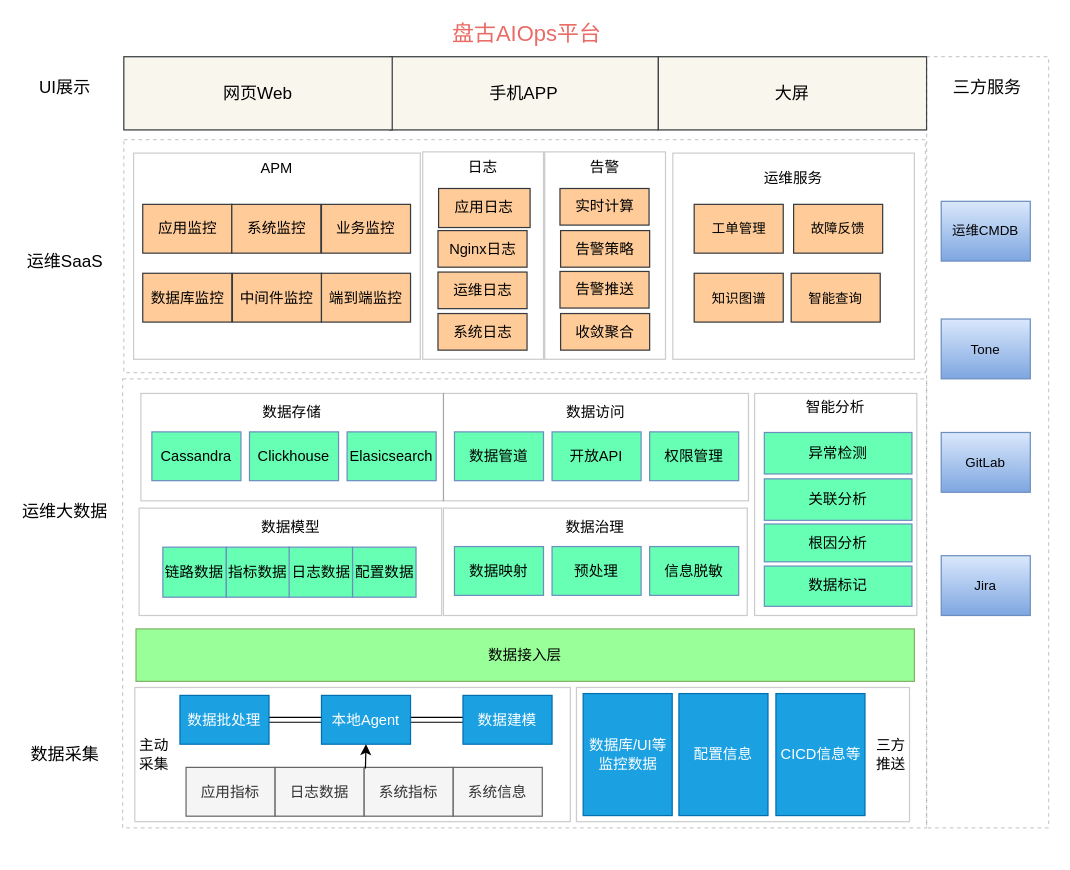
This is 传化盖亚架构图.drawio from sunface/draw.io, a draw.io file, before an edit. Source tidied: cells renumbered, new cells numbered last; positions are measured from the earlier drawing's top-left corner, leaving out a move shared by most shapes. Both pictures are drawn from the tidied source at 122%, with x=0, y=0 at pixel (21, 22).
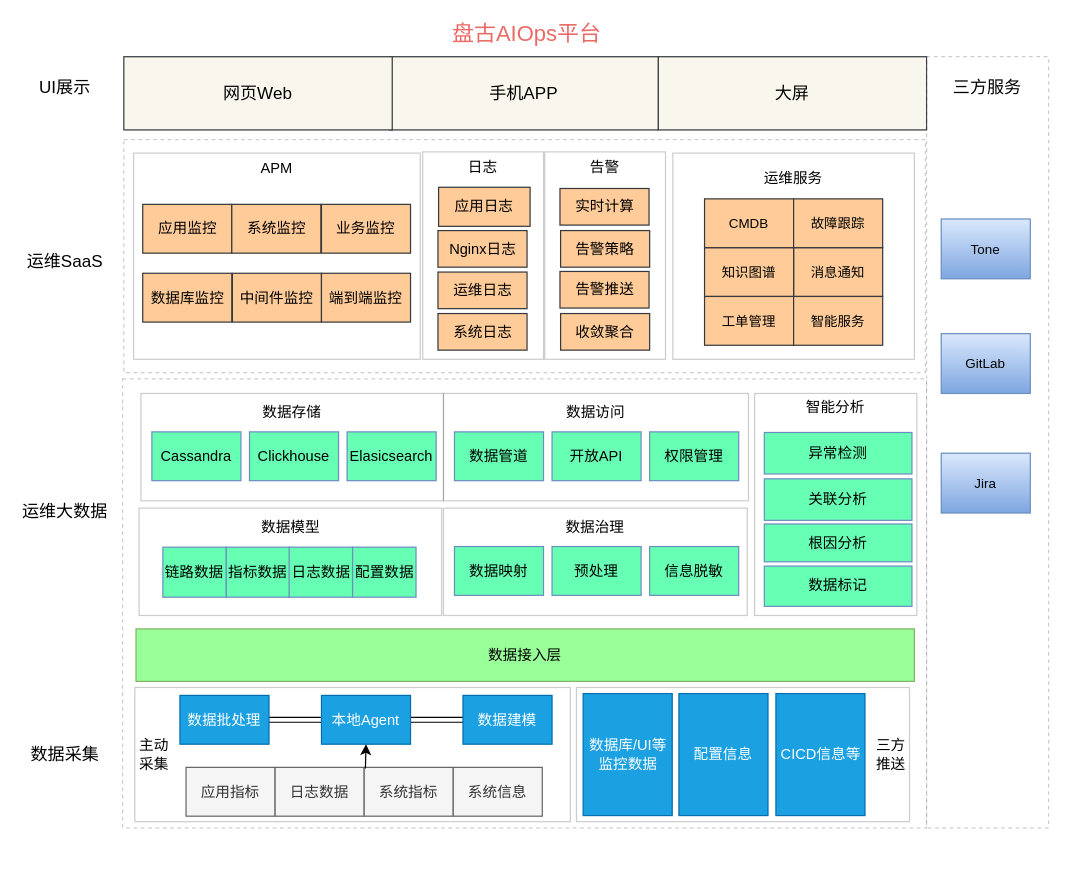
After the change.

Commit message (it also covers changes not shown here):
Update 传化盖亚架构图.drawio

Change to the diagram source:
```diff
@@
     <mxCell id="49" value="应用日志" style="rounded=0;whiteSpace=wrap;html=1;shadow=0;fillColor=#ffcc99;fontSize=12;strokeColor=#36393d;" parent="1" vertex="1">
-      <mxGeometry x="342" y="136" width="75" height="32" as="geometry" />
+      <mxGeometry x="342" y="135" width="75" height="32" as="geometry" />
     </mxCell>
@@
-    <mxCell id="63" value="智能查询" style="rounded=0;whiteSpace=wrap;html=1;shadow=0;fillColor=#ffcc99;fontSize=11;strokeColor=#36393d;" parent="1" vertex="1">
-      <mxGeometry x="631" y="205.5" width="73" height="40" as="geometry" />
+    <mxCell id="63" value="消息通知" style="rounded=0;whiteSpace=wrap;html=1;shadow=0;fillColor=#ffcc99;fontSize=11;strokeColor=#36393d;" parent="1" vertex="1">
+      <mxGeometry x="633" y="184.5" width="73" height="40" as="geometry" />
     </mxCell>
     <mxCell id="64" value="知识图谱" style="rounded=0;whiteSpace=wrap;html=1;shadow=0;fillColor=#ffcc99;fontSize=11;strokeColor=#36393d;" parent="1" vertex="1">
-      <mxGeometry x="551.5" y="205.5" width="73" height="40" as="geometry" />
+      <mxGeometry x="560" y="184.5" width="73" height="40" as="geometry" />
     </mxCell>
-    <mxCell id="65" value="工单管理" style="rounded=0;whiteSpace=wrap;html=1;shadow=0;fillColor=#ffcc99;fontSize=11;strokeColor=#36393d;" parent="1" vertex="1">
-      <mxGeometry x="551.5" y="149" width="73" height="40" as="geometry" />
+    <mxCell id="65" value="CMDB" style="rounded=0;whiteSpace=wrap;html=1;shadow=0;fillColor=#ffcc99;fontSize=11;strokeColor=#36393d;" parent="1" vertex="1">
+      <mxGeometry x="560" y="144.5" width="73" height="40" as="geometry" />
     </mxCell>
-    <mxCell id="66" value="故障反馈" style="rounded=0;whiteSpace=wrap;html=1;shadow=0;fillColor=#ffcc99;fontSize=11;strokeColor=#36393d;" parent="1" vertex="1">
-      <mxGeometry x="633" y="149" width="73" height="40" as="geometry" />
-    </mxCell>
@@
-    <mxCell id="76" value="运维CMDB" style="rounded=0;whiteSpace=wrap;html=1;shadow=0;fillColor=#dae8fc;fontSize=11;strokeColor=#6c8ebf;gradientColor=#7ea6e0;" parent="1" vertex="1">
-      <mxGeometry x="754" y="146.5" width="73" height="49" as="geometry" />
-    </mxCell>
     <mxCell id="77" value="Tone" style="rounded=0;whiteSpace=wrap;html=1;shadow=0;fillColor=#dae8fc;fontSize=11;strokeColor=#6c8ebf;gradientColor=#7ea6e0;" parent="1" vertex="1">
-      <mxGeometry x="754" y="243" width="73" height="49" as="geometry" />
+      <mxGeometry x="754" y="161" width="73" height="49" as="geometry" />
     </mxCell>
     <mxCell id="78" value="GitLab" style="rounded=0;whiteSpace=wrap;html=1;shadow=0;fillColor=#dae8fc;fontSize=11;strokeColor=#6c8ebf;gradientColor=#7ea6e0;" parent="1" vertex="1">
-      <mxGeometry x="754" y="336" width="73" height="49" as="geometry" />
+      <mxGeometry x="754" y="255" width="73" height="49" as="geometry" />
     </mxCell>
     <mxCell id="79" value="Jira" style="rounded=0;whiteSpace=wrap;html=1;shadow=0;fillColor=#dae8fc;fontSize=11;strokeColor=#6c8ebf;gradientColor=#7ea6e0;" parent="1" vertex="1">
-      <mxGeometry x="754" y="437" width="73" height="49" as="geometry" />
+      <mxGeometry x="754" y="353" width="73" height="49" as="geometry" />
     </mxCell>
@@
+    <mxCell id="81" value="工单管理" style="rounded=0;whiteSpace=wrap;html=1;shadow=0;fillColor=#ffcc99;fontSize=11;strokeColor=#36393d;" parent="1" vertex="1">
+      <mxGeometry x="560" y="224.5" width="73" height="40" as="geometry" />
+    </mxCell>
+    <mxCell id="82" value="智能服务" style="rounded=0;whiteSpace=wrap;html=1;shadow=0;fillColor=#ffcc99;fontSize=11;strokeColor=#36393d;" parent="1" vertex="1">
+      <mxGeometry x="633" y="224.5" width="73" height="40" as="geometry" />
+    </mxCell>
+    <mxCell id="83" value="故障跟踪" style="rounded=0;whiteSpace=wrap;html=1;shadow=0;fillColor=#ffcc99;fontSize=11;strokeColor=#36393d;" parent="1" vertex="1">
+      <mxGeometry x="633" y="144.5" width="73" height="40" as="geometry" />
+    </mxCell>
```
